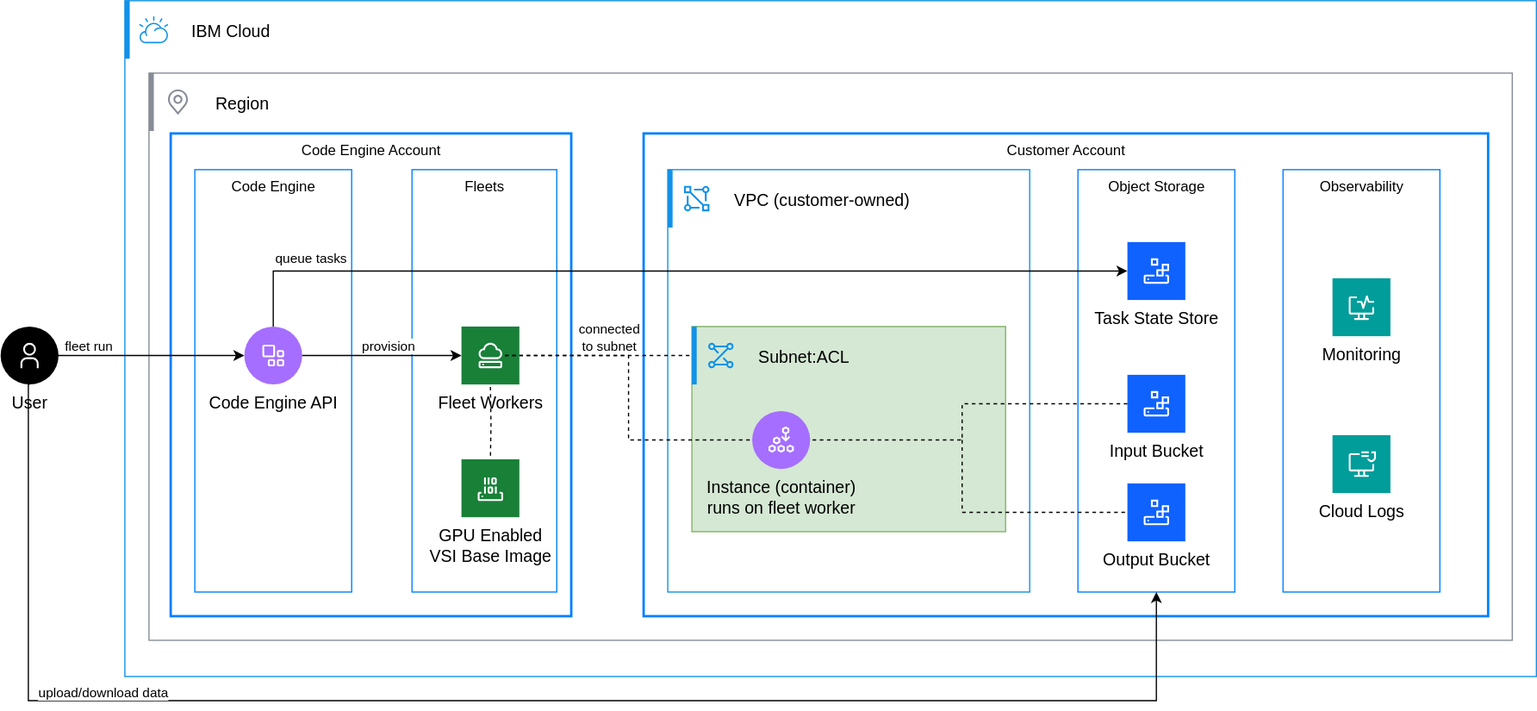
Earlier version of the draw.io export reference-architectures/deployment-architecture-fleets.svg (terraform-ibm-modules/terraform-ibm-landing-zone-code-engine). Source tidied: cells renumbered, new cells last; positions are measured from the earlier drawing's top-left corner, leaving out a move shared by most shapes.
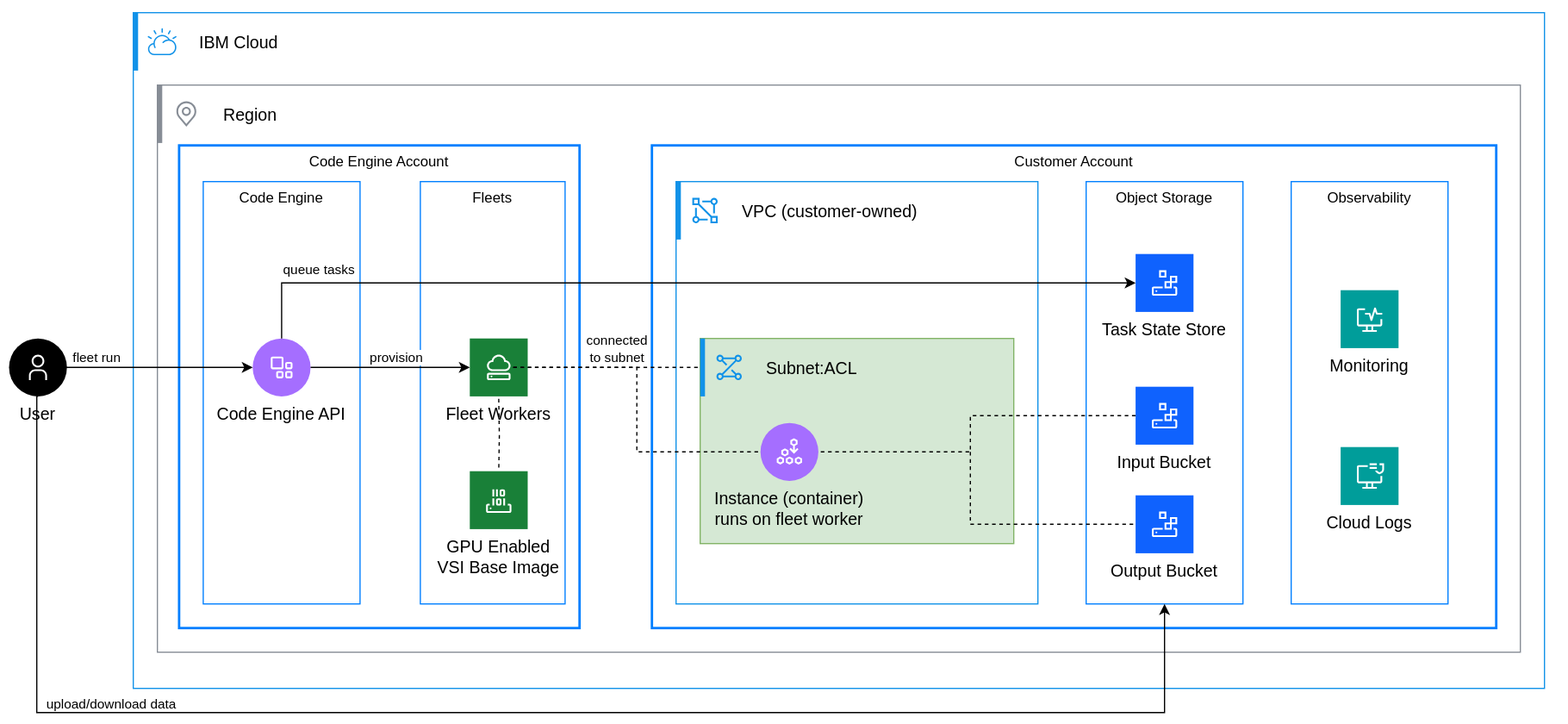
Later version of the same file.

Change to the diagram source:
```diff
@@ -2,6 +2,9 @@
   <root>
     <mxCell id="0" />
     <mxCell id="1" parent="0" />
+    <mxCell id="58" style="rounded=0;whiteSpace=wrap;html=1;strokeColor=none;" parent="1" vertex="1">
+      <mxGeometry x="-7" y="-10" width="1300" height="600" as="geometry" />
+    </mxCell>
     <mxCell id="2" style="html=1;whiteSpace=wrap;strokeColor=#1192E8;fillColor=#FFFFFF;strokeWidth=1;verticalAlign=top;" parent="1" vertex="1">
       <mxGeometry x="103" width="1170" height="560" as="geometry" />
     </mxCell>
```
